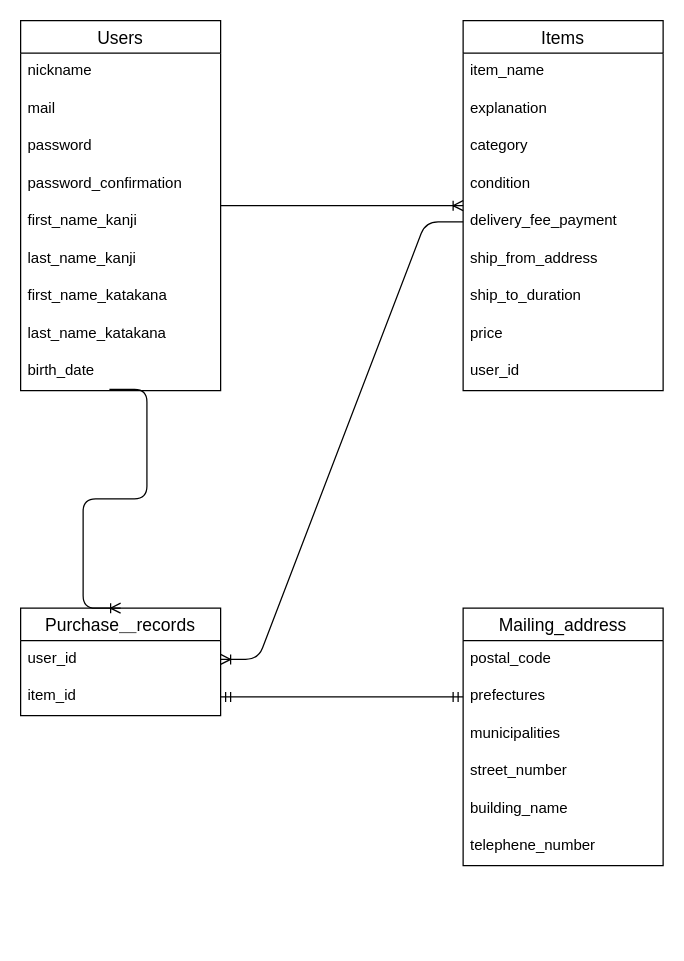
Lubellum/furima-36670 keeps this draw.io diagram as er_illustration.dio. Above is the earlier version. Source tidied: cells renumbered, new cells numbered last; positions are measured from the earlier drawing's top-left corner, leaving out a move shared by most shapes. Both pictures are drawn from the tidied source at 125%, with x=0, y=0 at pixel (20, 20).
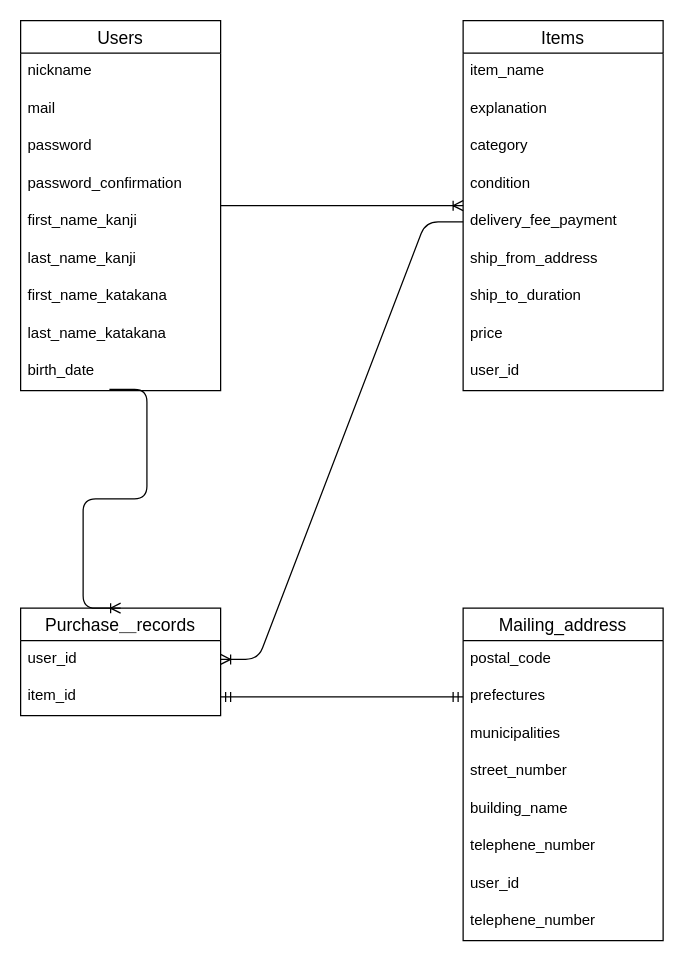
The same page after the edit.

Commit message (it also covers changes not shown here):
mailing_addressテーブルに外部キーの記述

The edit, as a diff of the source:
```diff
@@
     <mxCell id="23" value="Mailing_address" style="swimlane;fontStyle=0;horizontal=1;startSize=26;align=center;fontSize=14;" parent="1" vertex="1">
-      <mxGeometry x="354" y="470" width="160" height="206" as="geometry" />
+      <mxGeometry x="354" y="470" width="160" height="266" as="geometry" />
     </mxCell>
@@
+    <mxCell id="36" value="user_id" style="text;strokeColor=none;fillColor=none;spacingLeft=4;spacingRight=4;overflow=hidden;fontSize=12;" parent="23" vertex="1">
+      <mxGeometry y="206" width="160" height="30" as="geometry" />
+    </mxCell>
+    <mxCell id="37" value="telephene_number" style="text;strokeColor=none;fillColor=none;spacingLeft=4;spacingRight=4;overflow=hidden;fontSize=12;" parent="23" vertex="1">
+      <mxGeometry y="236" width="160" height="30" as="geometry" />
+    </mxCell>
```
